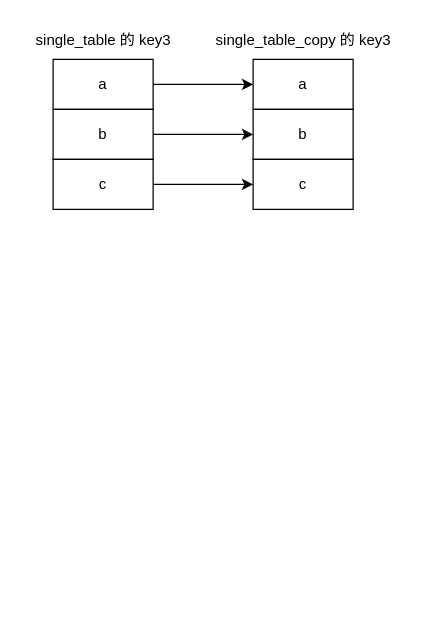
This is MySQL in 子查询优化/MySQL in 子查询优化.drawio from zero-97/picture-of-the-article, a draw.io file, before an edit. Source tidied: cells renumbered, new cells numbered last; positions are measured from the earlier drawing's top-left corner, leaving out a move shared by most shapes. Both pictures are drawn from the tidied source at 125%, with x=0, y=0 at pixel (21, 21).
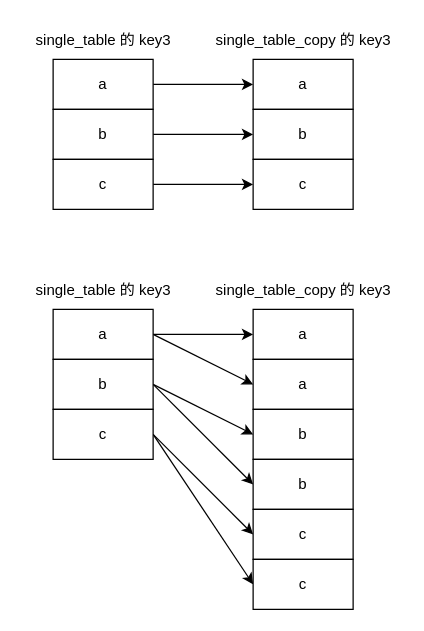
After the change.

Commit message (it also covers changes not shown here):
Update MySQL in 子查询优化.drawio

The edit, as a diff of the source:
```diff
@@
+    <mxCell id="13" style="edgeStyle=orthogonalEdgeStyle;rounded=0;jettySize=auto;html=1;entryX=0;entryY=0.5;entryDx=0;entryDy=0;" parent="1" edge="1" source="15" target="23">
+      <mxGeometry relative="1" as="geometry" />
+    </mxCell>
+    <mxCell id="14" style="edgeStyle=none;rounded=0;jettySize=auto;html=1;entryX=0;entryY=0.5;entryDx=0;entryDy=0;exitX=1;exitY=0.5;exitDx=0;exitDy=0;" parent="1" edge="1" source="15" target="24">
+      <mxGeometry relative="1" as="geometry" />
+    </mxCell>
+    <mxCell id="15" value="a" style="rounded=0;whiteSpace=wrap;html=1;" parent="1" vertex="1">
+      <mxGeometry x="25" y="230" width="80" height="40" as="geometry" />
+    </mxCell>
+    <mxCell id="16" style="rounded=0;jettySize=auto;html=1;entryX=0;entryY=0.5;entryDx=0;entryDy=0;exitX=1;exitY=0.5;exitDx=0;exitDy=0;" parent="1" edge="1" source="18" target="27">
+      <mxGeometry relative="1" as="geometry" />
+    </mxCell>
+    <mxCell id="17" style="edgeStyle=none;rounded=0;jettySize=auto;html=1;entryX=0;entryY=0.5;entryDx=0;entryDy=0;exitX=1;exitY=0.5;exitDx=0;exitDy=0;" parent="1" edge="1" source="18" target="25">
+      <mxGeometry relative="1" as="geometry" />
+    </mxCell>
+    <mxCell id="18" value="b" style="rounded=0;whiteSpace=wrap;html=1;" parent="1" vertex="1">
+      <mxGeometry x="25" y="270" width="80" height="40" as="geometry" />
+    </mxCell>
+    <mxCell id="19" style="rounded=0;jettySize=auto;html=1;entryX=0;entryY=0.5;entryDx=0;entryDy=0;exitX=1;exitY=0.5;exitDx=0;exitDy=0;" parent="1" edge="1" source="21" target="29">
+      <mxGeometry relative="1" as="geometry" />
+    </mxCell>
+    <mxCell id="20" style="edgeStyle=none;rounded=0;jettySize=auto;html=1;entryX=0;entryY=0.5;entryDx=0;entryDy=0;exitX=1;exitY=0.5;exitDx=0;exitDy=0;" parent="1" edge="1" source="21" target="28">
+      <mxGeometry relative="1" as="geometry" />
+    </mxCell>
+    <mxCell id="21" value="c" style="rounded=0;whiteSpace=wrap;html=1;" parent="1" vertex="1">
+      <mxGeometry x="25" y="310" width="80" height="40" as="geometry" />
+    </mxCell>
+    <mxCell id="22" value="single_table 的 key3" style="text;html=1;align=center;verticalAlign=middle;strokeColor=none;fillColor=none;" parent="1" vertex="1">
+      <mxGeometry y="200" width="130" height="30" as="geometry" />
+    </mxCell>
+    <mxCell id="23" value="a" style="rounded=0;whiteSpace=wrap;html=1;" parent="1" vertex="1">
+      <mxGeometry x="185" y="230" width="80" height="40" as="geometry" />
+    </mxCell>
+    <mxCell id="24" value="a" style="rounded=0;whiteSpace=wrap;html=1;" parent="1" vertex="1">
+      <mxGeometry x="185" y="270" width="80" height="40" as="geometry" />
+    </mxCell>
+    <mxCell id="25" value="b" style="rounded=0;whiteSpace=wrap;html=1;" parent="1" vertex="1">
+      <mxGeometry x="185" y="310" width="80" height="40" as="geometry" />
+    </mxCell>
+    <mxCell id="26" value="single_table_copy 的 key3" style="text;html=1;align=center;verticalAlign=middle;strokeColor=none;fillColor=none;" parent="1" vertex="1">
+      <mxGeometry x="145" y="200" width="160" height="30" as="geometry" />
+    </mxCell>
+    <mxCell id="27" value="b" style="rounded=0;whiteSpace=wrap;html=1;" parent="1" vertex="1">
+      <mxGeometry x="185" y="350" width="80" height="40" as="geometry" />
+    </mxCell>
+    <mxCell id="28" value="c" style="rounded=0;whiteSpace=wrap;html=1;" parent="1" vertex="1">
+      <mxGeometry x="185" y="390" width="80" height="40" as="geometry" />
+    </mxCell>
+    <mxCell id="29" value="c" style="rounded=0;whiteSpace=wrap;html=1;" parent="1" vertex="1">
+      <mxGeometry x="185" y="430" width="80" height="40" as="geometry" />
+    </mxCell>
```
